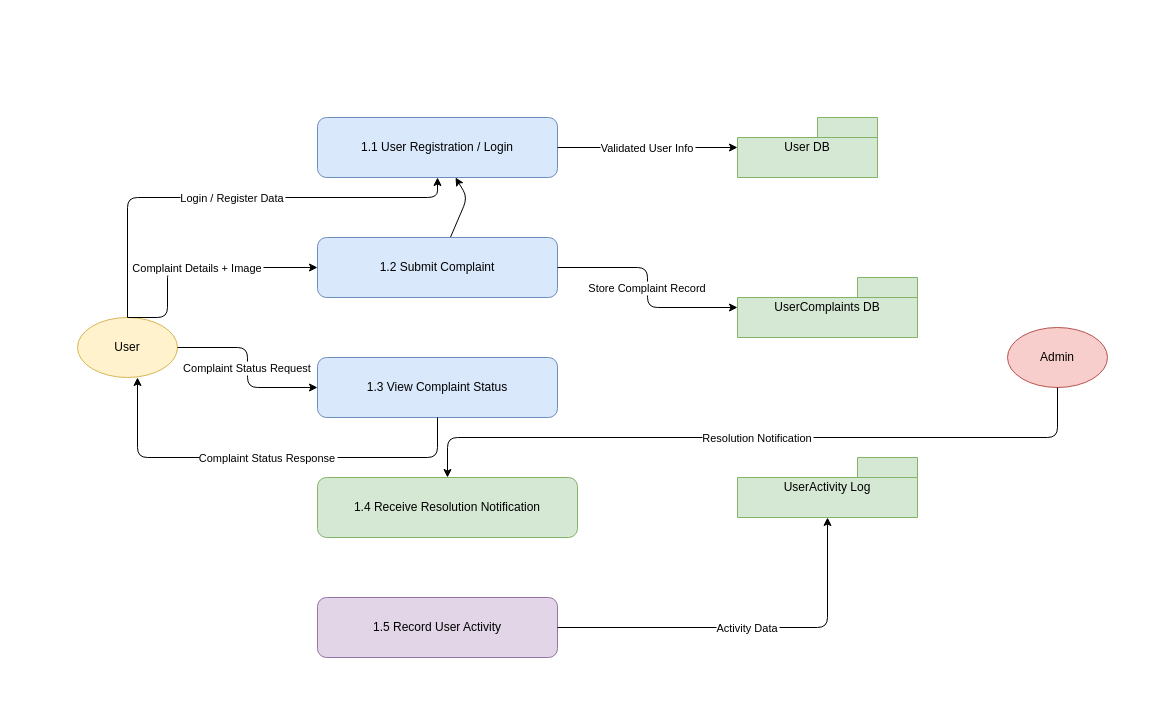
Earlier version of the draw.io diagram UML diagrams/userDfd0.drawio (shitkarjidnesh/FixMyCity). Source tidied: cells renumbered, new cells numbered last; positions are measured from the earlier drawing's top-left corner, leaving out a move shared by most shapes. Both pictures are drawn from the tidied source at 100%, with x=0, y=0 at pixel (77, 117).
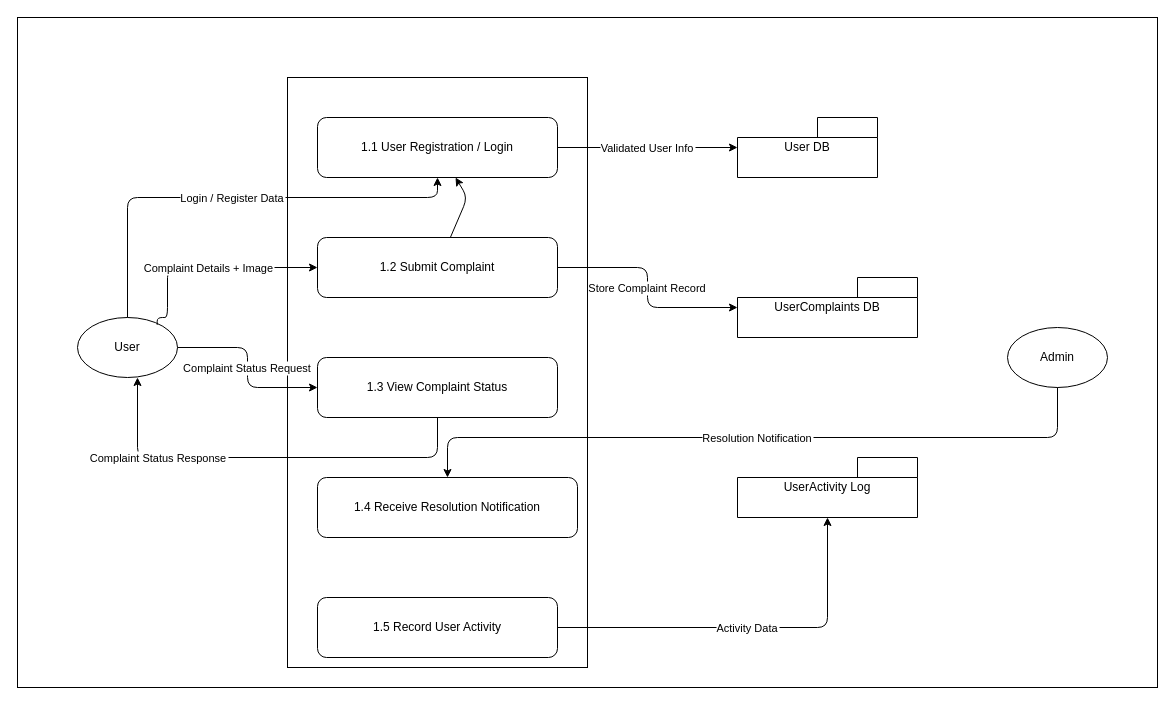
The same diagram, later.

The edit, as a diff of the source:
```diff
@@
+    <mxCell id="21" style="rounded=0;whiteSpace=wrap;html=1;" parent="1" vertex="1">
+      <mxGeometry x="-60" y="-100" width="1140" height="670" as="geometry" />
+    </mxCell>
+    <mxCell id="22" style="rounded=0;whiteSpace=wrap;html=1;" parent="1" vertex="1">
+      <mxGeometry x="210" y="-40" width="300" height="590" as="geometry" />
+    </mxCell>
-    <mxCell id="2" value="User" style="shape=ellipse;whiteSpace=wrap;html=1;fillColor=#fff2cc;strokeColor=#d6b656;" parent="1" vertex="1">
+    <mxCell id="2" value="User" style="shape=ellipse;whiteSpace=wrap;html=1;" parent="1" vertex="1">
       <mxGeometry y="200" width="100" height="60" as="geometry" />
     </mxCell>
-    <mxCell id="3" value="Admin" style="shape=ellipse;whiteSpace=wrap;html=1;fillColor=#f8cecc;strokeColor=#b85450;" parent="1" vertex="1">
+    <mxCell id="3" value="Admin" style="shape=ellipse;whiteSpace=wrap;html=1;" parent="1" vertex="1">
       <mxGeometry x="930" y="210" width="100" height="60" as="geometry" />
     </mxCell>
-    <mxCell id="4" value="1.1 User Registration / Login" style="shape=rectangle;rounded=1;whiteSpace=wrap;html=1;fillColor=#dae8fc;strokeColor=#6c8ebf;" parent="1" vertex="1">
+    <mxCell id="4" value="1.1 User Registration / Login" style="shape=rectangle;rounded=1;whiteSpace=wrap;html=1;" parent="1" vertex="1">
       <mxGeometry x="240" width="240" height="60" as="geometry" />
     </mxCell>
@@
-    <mxCell id="6" value="1.2 Submit Complaint" style="shape=rectangle;rounded=1;whiteSpace=wrap;html=1;fillColor=#dae8fc;strokeColor=#6c8ebf;" parent="1" vertex="1">
+    <mxCell id="6" value="1.2 Submit Complaint" style="shape=rectangle;rounded=1;whiteSpace=wrap;html=1;" parent="1" vertex="1">
       <mxGeometry x="240" y="120" width="240" height="60" as="geometry" />
     </mxCell>
-    <mxCell id="7" value="1.3 View Complaint Status" style="shape=rectangle;rounded=1;whiteSpace=wrap;html=1;fillColor=#dae8fc;strokeColor=#6c8ebf;" parent="1" vertex="1">
+    <mxCell id="7" value="1.3 View Complaint Status" style="shape=rectangle;rounded=1;whiteSpace=wrap;html=1;" parent="1" vertex="1">
       <mxGeometry x="240" y="240" width="240" height="60" as="geometry" />
     </mxCell>
-    <mxCell id="8" value="1.4 Receive Resolution Notification" style="shape=rectangle;rounded=1;whiteSpace=wrap;html=1;fillColor=#d5e8d4;strokeColor=#82b366;" parent="1" vertex="1">
+    <mxCell id="8" value="1.4 Receive Resolution Notification" style="shape=rectangle;rounded=1;whiteSpace=wrap;html=1;" parent="1" vertex="1">
       <mxGeometry x="240" y="360" width="260" height="60" as="geometry" />
     </mxCell>
-    <mxCell id="9" value="1.5 Record User Activity" style="shape=rectangle;rounded=1;whiteSpace=wrap;html=1;fillColor=#e1d5e7;strokeColor=#9673a6;" parent="1" vertex="1">
+    <mxCell id="9" value="1.5 Record User Activity" style="shape=rectangle;rounded=1;whiteSpace=wrap;html=1;" parent="1" vertex="1">
       <mxGeometry x="240" y="480" width="240" height="60" as="geometry" />
     </mxCell>
-    <mxCell id="10" value="User DB" style="shape=folder;whiteSpace=wrap;html=1;fillColor=#d5e8d4;strokeColor=#82b366;" parent="1" vertex="1">
+    <mxCell id="10" value="User DB" style="shape=folder;whiteSpace=wrap;html=1;" parent="1" vertex="1">
       <mxGeometry x="660" width="140" height="60" as="geometry" />
     </mxCell>
-    <mxCell id="11" value="UserComplaints DB" style="shape=folder;whiteSpace=wrap;html=1;fillColor=#d5e8d4;strokeColor=#82b366;" parent="1" vertex="1">
+    <mxCell id="11" value="UserComplaints DB" style="shape=folder;whiteSpace=wrap;html=1;" parent="1" vertex="1">
       <mxGeometry x="660" y="160" width="180" height="60" as="geometry" />
     </mxCell>
-    <mxCell id="12" value="UserActivity Log" style="shape=folder;whiteSpace=wrap;html=1;fillColor=#d5e8d4;strokeColor=#82b366;" parent="1" vertex="1">
+    <mxCell id="12" value="UserActivity Log" style="shape=folder;whiteSpace=wrap;html=1;" parent="1" vertex="1">
       <mxGeometry x="660" y="340" width="180" height="60" as="geometry" />
     </mxCell>
@@
-    <mxCell id="15" value="Complaint Details + Image" style="edgeStyle=orthogonalEdgeStyle;endArrow=classic;rounded=1;exitX=0.5;exitY=0;exitDx=0;exitDy=0;" parent="1" edge="1" source="2" target="6">
+    <mxCell id="15" value="Complaint Details + Image" style="edgeStyle=orthogonalEdgeStyle;endArrow=classic;rounded=1;exitX=0.797;exitY=0.122;exitDx=0;exitDy=0;exitPerimeter=0;" parent="1" edge="1" source="2" target="6">
       <mxGeometry relative="1" as="geometry">
         <Array as="points">
+          <mxPoint x="80" y="200" />
           <mxPoint x="90" y="200" />
           <mxPoint x="90" y="150" />
         </Array>
       </mxGeometry>
     </mxCell>
@@
     <mxCell id="17" value="Complaint Status Request" style="edgeStyle=orthogonalEdgeStyle;endArrow=classic;rounded=1;" parent="1" edge="1" source="2" target="7">
-      <mxGeometry relative="1" as="geometry" />
+      <mxGeometry relative="1" as="geometry">
+        <Array as="points">
+          <mxPoint x="170" y="230" />
+          <mxPoint x="170" y="270" />
+        </Array>
+      </mxGeometry>
     </mxCell>
     <mxCell id="18" value="Complaint Status Response" style="edgeStyle=orthogonalEdgeStyle;endArrow=classic;rounded=1;" parent="1" edge="1" source="7" target="2">
-      <mxGeometry relative="1" as="geometry">
+      <mxGeometry x="0.52" relative="1" as="geometry">
         <Array as="points">
           <mxPoint x="360" y="340" />
           <mxPoint x="60" y="340" />
         </Array>
       </mxGeometry>
     </mxCell>
```
